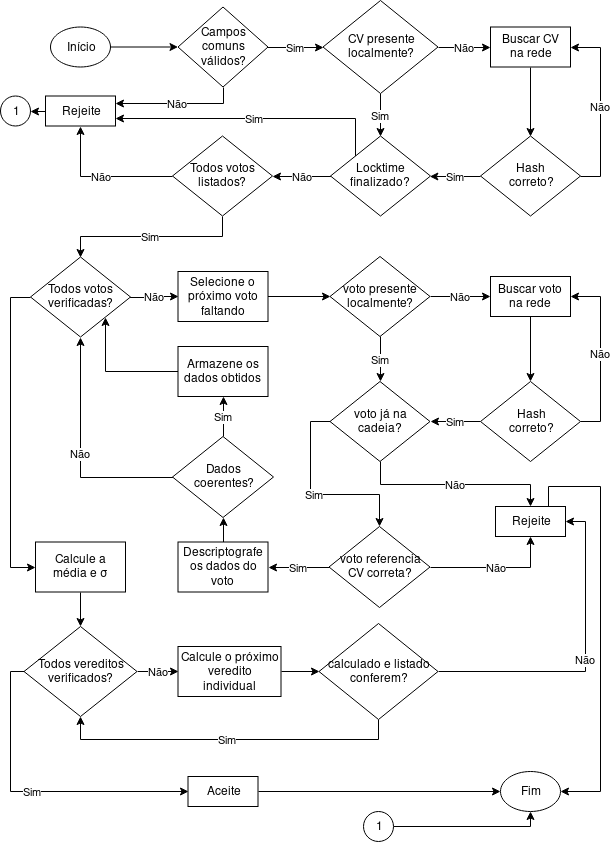
This is imagens/validacao_vt.png from WiltonLoch/TCC, a draw.io export, as it was before one commit. Source tidied: cells renumbered, new cells last; positions are measured from the earlier drawing's top-left corner, leaving out a move shared by most shapes.
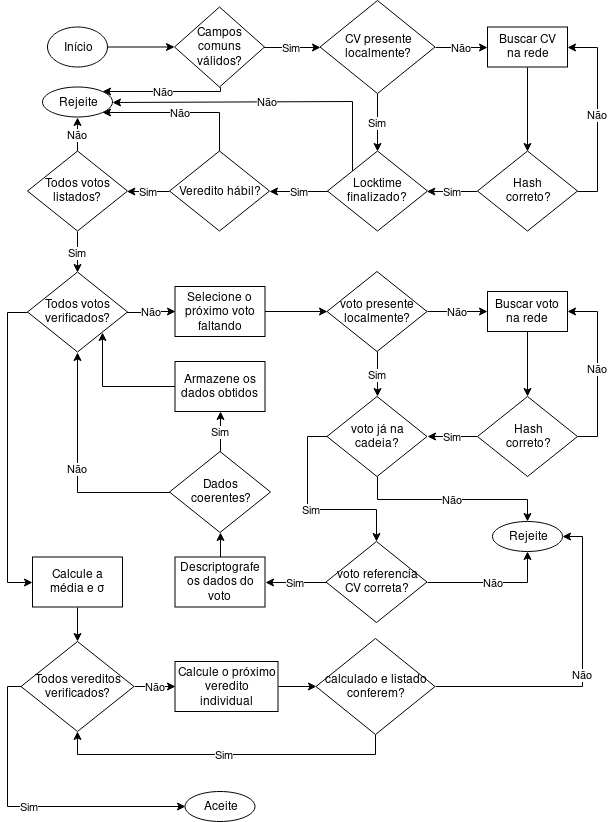
The same diagram one commit later.

The edit, as a diff of the source:
```diff
@@ -3,29 +3,26 @@
     <mxCell id="0" />
     <mxCell id="1" parent="0" />
     <mxCell id="2" value="Início" style="ellipse;whiteSpace=wrap;html=1;" parent="1" vertex="1">
-      <mxGeometry x="50" y="26.5" width="60" height="40" as="geometry" />
+      <mxGeometry x="50" y="11.5" width="60" height="40" as="geometry" />
     </mxCell>
     <mxCell id="3" value="Sim" style="edgeStyle=orthogonalEdgeStyle;rounded=0;jettySize=auto;html=1;entryX=0;entryY=0.5;entryDx=0;entryDy=0;" parent="1" edge="1" source="5" target="32">
       <mxGeometry relative="1" as="geometry" />
     </mxCell>
-    <mxCell id="4" value="Não" style="edgeStyle=orthogonalEdgeStyle;rounded=0;jettySize=auto;html=1;exitX=0.5;exitY=1;exitDx=0;exitDy=0;entryX=1;entryY=0.25;entryDx=0;entryDy=0;endArrow=classic;endFill=1;" parent="1" edge="1" source="5" target="8">
+    <mxCell id="4" value="Não" style="edgeStyle=orthogonalEdgeStyle;rounded=0;jettySize=auto;html=1;exitX=0.5;exitY=1;exitDx=0;exitDy=0;entryX=1;entryY=0;entryDx=0;entryDy=0;" parent="1" edge="1" source="5" target="8">
       <mxGeometry relative="1" as="geometry">
         <Array as="points">
-          <mxPoint x="223" y="103" />
+          <mxPoint x="223" y="76" />
         </Array>
       </mxGeometry>
     </mxCell>
     <mxCell id="5" value="Campos comuns válidos?" style="rhombus;whiteSpace=wrap;html=1;" parent="1" vertex="1">
-      <mxGeometry x="177.5" y="6.5" width="90" height="80" as="geometry" />
+      <mxGeometry x="177" y="-8.5" width="90" height="80" as="geometry" />
     </mxCell>
     <mxCell id="6" style="endArrow=classic;html=1;entryX=0;entryY=0.5;entryDx=0;entryDy=0;exitX=1;exitY=0.5;exitDx=0;exitDy=0;" parent="1" edge="1" source="2" target="5">
       <mxGeometry relative="1" as="geometry" />
     </mxCell>
-    <mxCell id="7" style="edgeStyle=orthogonalEdgeStyle;rounded=0;jettySize=auto;html=1;exitX=0;exitY=0.5;exitDx=0;exitDy=0;entryX=1;entryY=0.5;entryDx=0;entryDy=0;" parent="1" edge="1" source="8" target="66">
-      <mxGeometry relative="1" as="geometry" />
-    </mxCell>
-    <mxCell id="8" value="Rejeite" style="rounded=0;whiteSpace=wrap;html=1;" parent="1" vertex="1">
-      <mxGeometry x="45" y="95.5" width="70" height="30" as="geometry" />
+    <mxCell id="8" value="Rejeite" style="ellipse;whiteSpace=wrap;html=1;fontFamily=Helvetica;fontSize=12;fontColor=#000000;align=center;strokeColor=#000000;fillColor=#ffffff;" parent="1" vertex="1">
+      <mxGeometry x="45" y="71.5" width="70" height="30" as="geometry" />
     </mxCell>
     <mxCell id="9" value="Não" style="edgeStyle=orthogonalEdgeStyle;rounded=0;jettySize=auto;html=1;entryX=0;entryY=0.5;entryDx=0;entryDy=0;" parent="1" edge="1" source="11" target="13">
       <mxGeometry relative="1" as="geometry" />
@@ -33,7 +30,7 @@
     <mxCell id="10" style="edgeStyle=orthogonalEdgeStyle;rounded=0;jettySize=auto;html=1;exitX=0;exitY=0.5;exitDx=0;exitDy=0;entryX=0;entryY=0.5;entryDx=0;entryDy=0;endArrow=classic;endFill=1;" parent="1" edge="1" source="11" target="52">
       <mxGeometry relative="1" as="geometry" />
     </mxCell>
-    <mxCell id="11" value="Todos votos verificadas?" style="rhombus;whiteSpace=wrap;html=1;" parent="1" vertex="1">
+    <mxCell id="11" value="Todos votos verificados?" style="rhombus;whiteSpace=wrap;html=1;" parent="1" vertex="1">
       <mxGeometry x="30" y="256.5" width="100" height="80" as="geometry" />
     </mxCell>
     <mxCell id="12" style="edgeStyle=orthogonalEdgeStyle;rounded=0;jettySize=auto;html=1;entryX=0;entryY=0.5;entryDx=0;entryDy=0;" parent="1" edge="1" source="13" target="16">
@@ -75,16 +72,7 @@
     <mxCell id="24" value="&lt;div&gt;voto já na&lt;/div&gt;&lt;div&gt;cadeia?&lt;br&gt;&lt;/div&gt;" style="rhombus;whiteSpace=wrap;html=1;" parent="1" vertex="1">
       <mxGeometry x="329.5" y="381" width="100" height="80" as="geometry" />
     </mxCell>
-    <mxCell id="25" style="edgeStyle=orthogonalEdgeStyle;rounded=0;jettySize=auto;html=1;exitX=0.75;exitY=0;exitDx=0;exitDy=0;entryX=1;entryY=0.5;entryDx=0;entryDy=0;endArrow=classic;endFill=1;" parent="1" edge="1" source="26" target="63">
-      <mxGeometry relative="1" as="geometry">
-        <Array as="points">
-          <mxPoint x="548" y="486" />
-          <mxPoint x="600" y="486" />
-          <mxPoint x="600" y="791" />
-        </Array>
-      </mxGeometry>
-    </mxCell>
-    <mxCell id="26" value="Rejeite" style="rounded=0;whiteSpace=wrap;html=1;" parent="1" vertex="1">
+    <mxCell id="26" value="Rejeite" style="ellipse;whiteSpace=wrap;html=1;fontFamily=Helvetica;fontSize=12;fontColor=#000000;align=center;strokeColor=#000000;fillColor=#ffffff;" parent="1" vertex="1">
       <mxGeometry x="495" y="506" width="70" height="30" as="geometry" />
     </mxCell>
     <mxCell id="27" value="Não" style="edgeStyle=orthogonalEdgeStyle;rounded=0;jettySize=auto;html=1;exitX=1;exitY=0.5;exitDx=0;exitDy=0;entryX=0.5;entryY=1;entryDx=0;entryDy=0;" parent="1" edge="1" source="29" target="26">
@@ -103,13 +91,13 @@
       <mxGeometry relative="1" as="geometry" />
     </mxCell>
     <mxCell id="32" value="&lt;div&gt;CV presente&lt;/div&gt;&lt;div&gt;localmente?&lt;br&gt;&lt;/div&gt;" style="rhombus;whiteSpace=wrap;html=1;" parent="1" vertex="1">
-      <mxGeometry x="322.5" width="115" height="93" as="geometry" />
+      <mxGeometry x="322.5" y="-15" width="115" height="93" as="geometry" />
     </mxCell>
     <mxCell id="33" style="edgeStyle=orthogonalEdgeStyle;rounded=0;jettySize=auto;html=1;exitX=0.5;exitY=1;exitDx=0;exitDy=0;entryX=0.5;entryY=0;entryDx=0;entryDy=0;endArrow=classic;endFill=1;" parent="1" edge="1" source="34" target="37">
       <mxGeometry relative="1" as="geometry" />
     </mxCell>
     <mxCell id="34" value="&lt;div&gt;Buscar CV&lt;br&gt;&lt;/div&gt;&lt;div&gt;na rede&lt;/div&gt;" style="rounded=0;whiteSpace=wrap;html=1;" parent="1" vertex="1">
-      <mxGeometry x="490" y="26.5" width="80" height="40" as="geometry" />
+      <mxGeometry x="490" y="11.5" width="80" height="40" as="geometry" />
     </mxCell>
     <mxCell id="35" value="Não" style="edgeStyle=orthogonalEdgeStyle;rounded=0;jettySize=auto;html=1;exitX=1;exitY=0.5;exitDx=0;exitDy=0;entryX=1;entryY=0.5;entryDx=0;entryDy=0;endArrow=classic;endFill=1;" parent="1" edge="1" source="37" target="34">
       <mxGeometry relative="1" as="geometry" />
@@ -120,28 +108,30 @@
     <mxCell id="37" value="&lt;div&gt;Hash&lt;br&gt;&lt;/div&gt;&lt;div&gt;correto?&lt;/div&gt;" style="rhombus;whiteSpace=wrap;html=1;" parent="1" vertex="1">
       <mxGeometry x="480" y="135.5" width="100" height="80" as="geometry" />
     </mxCell>
+    <mxCell id="39" value="Sim" style="edgeStyle=orthogonalEdgeStyle;rounded=0;jettySize=auto;html=1;entryX=1;entryY=0.5;entryDx=0;entryDy=0;endArrow=classic;endFill=1;" parent="1" edge="1" source="40" target="43">
+      <mxGeometry relative="1" as="geometry" />
+    </mxCell>
-    <mxCell id="38" value="Sim" style="edgeStyle=orthogonalEdgeStyle;rounded=0;jettySize=auto;html=1;exitX=0;exitY=0;exitDx=0;exitDy=0;entryX=1;entryY=0.75;entryDx=0;entryDy=0;endArrow=classic;endFill=1;" parent="1" edge="1" source="40" target="8">
+    <mxCell id="38" value="Não" style="edgeStyle=orthogonalEdgeStyle;rounded=0;jettySize=auto;html=1;exitX=0;exitY=0;exitDx=0;exitDy=0;entryX=1;entryY=0.5;entryDx=0;entryDy=0;" parent="1" edge="1" source="40" target="8">
       <mxGeometry relative="1" as="geometry">
         <Array as="points">
-          <mxPoint x="355" y="118" />
+          <mxPoint x="355" y="86" />
         </Array>
       </mxGeometry>
     </mxCell>
-    <mxCell id="39" value="Não" style="edgeStyle=orthogonalEdgeStyle;rounded=0;jettySize=auto;html=1;entryX=1;entryY=0.5;entryDx=0;entryDy=0;endArrow=classic;endFill=1;" parent="1" edge="1" source="40" target="43">
-      <mxGeometry relative="1" as="geometry" />
-    </mxCell>
     <mxCell id="40" value="&lt;div&gt;Locktime&lt;/div&gt;&lt;div&gt;finalizado?&lt;br&gt;&lt;/div&gt;" style="rhombus;whiteSpace=wrap;html=1;" parent="1" vertex="1">
       <mxGeometry x="330" y="135.5" width="100" height="80" as="geometry" />
     </mxCell>
-    <mxCell id="41" value="Sim" style="edgeStyle=orthogonalEdgeStyle;rounded=0;jettySize=auto;html=1;exitX=0.5;exitY=1;exitDx=0;exitDy=0;entryX=0.5;entryY=0;entryDx=0;entryDy=0;endArrow=classic;endFill=1;" parent="1" edge="1" source="43" target="11">
-      <mxGeometry relative="1" as="geometry" />
-    </mxCell>
-    <mxCell id="42" value="Não" style="edgeStyle=orthogonalEdgeStyle;rounded=0;jettySize=auto;html=1;exitX=0;exitY=0.5;exitDx=0;exitDy=0;" parent="1" edge="1" source="43">
-      <mxGeometry relative="1" as="geometry">
-        <mxPoint x="80" y="126" as="targetPoint" />
-      </mxGeometry>
-    </mxCell>
+    <mxCell id="67" value="Sim" style="edgeStyle=orthogonalEdgeStyle;rounded=0;jettySize=auto;html=1;exitX=0;exitY=0.5;exitDx=0;exitDy=0;" parent="1" edge="1" source="43" target="71">
+      <mxGeometry relative="1" as="geometry" />
+    </mxCell>
+    <mxCell id="68" value="Não" style="edgeStyle=orthogonalEdgeStyle;rounded=0;jettySize=auto;html=1;exitX=0.5;exitY=0;exitDx=0;exitDy=0;entryX=1;entryY=1;entryDx=0;entryDy=0;" parent="1" edge="1" source="43" target="8">
+      <mxGeometry relative="1" as="geometry">
+        <Array as="points">
+          <mxPoint x="222" y="97" />
+        </Array>
+      </mxGeometry>
+    </mxCell>
-    <mxCell id="43" value="&lt;div&gt;Todos votos listados?&lt;/div&gt;" style="rhombus;whiteSpace=wrap;html=1;" parent="1" vertex="1">
+    <mxCell id="43" value="Veredito hábil?" style="rhombus;whiteSpace=wrap;html=1;" parent="1" vertex="1">
       <mxGeometry x="172" y="135.5" width="100" height="80" as="geometry" />
     </mxCell>
     <mxCell id="44" style="edgeStyle=orthogonalEdgeStyle;rounded=0;jettySize=auto;html=1;exitX=0.5;exitY=0;exitDx=0;exitDy=0;entryX=0.5;entryY=1;entryDx=0;entryDy=0;endArrow=classic;endFill=1;" parent="1" edge="1" source="45" target="48">
@@ -204,27 +194,17 @@
     <mxCell id="60" value="calculado e listado conferem?" style="rhombus;whiteSpace=wrap;html=1;" parent="1" vertex="1">
       <mxGeometry x="318.5" y="623" width="119" height="96" as="geometry" />
     </mxCell>
-    <mxCell id="61" style="edgeStyle=orthogonalEdgeStyle;rounded=0;jettySize=auto;html=1;exitX=1;exitY=0.5;exitDx=0;exitDy=0;endArrow=classic;endFill=1;" parent="1" edge="1" source="62" target="63">
-      <mxGeometry relative="1" as="geometry" />
-    </mxCell>
-    <mxCell id="62" value="Aceite" style="rounded=0;whiteSpace=wrap;html=1;" parent="1" vertex="1">
+    <mxCell id="62" value="Aceite" style="ellipse;whiteSpace=wrap;html=1;fontFamily=Helvetica;fontSize=12;fontColor=#000000;align=center;strokeColor=#000000;fillColor=#ffffff;" parent="1" vertex="1">
       <mxGeometry x="187.5" y="776" width="70" height="30" as="geometry" />
     </mxCell>
-    <mxCell id="63" value="Fim" style="ellipse;whiteSpace=wrap;html=1;" parent="1" vertex="1">
-      <mxGeometry x="500" y="771" width="60" height="40" as="geometry" />
-    </mxCell>
-    <mxCell id="64" style="edgeStyle=orthogonalEdgeStyle;rounded=0;jettySize=auto;html=1;exitX=1;exitY=0.5;exitDx=0;exitDy=0;entryX=0.5;entryY=1;entryDx=0;entryDy=0;" parent="1" edge="1" source="65" target="63">
-      <mxGeometry relative="1" as="geometry">
-        <Array as="points">
-          <mxPoint x="530" y="826" />
-        </Array>
-      </mxGeometry>
-    </mxCell>
-    <mxCell id="65" value="1" style="ellipse;whiteSpace=wrap;html=1;" parent="1" vertex="1">
-      <mxGeometry x="363" y="811" width="30" height="30" as="geometry" />
-    </mxCell>
-    <mxCell id="66" value="1" style="ellipse;whiteSpace=wrap;html=1;" parent="1" vertex="1">
-      <mxGeometry y="95.5" width="30" height="30" as="geometry" />
-    </mxCell>
+    <mxCell id="69" value="Sim" style="edgeStyle=orthogonalEdgeStyle;rounded=0;jettySize=auto;html=1;exitX=0.5;exitY=1;exitDx=0;exitDy=0;entryX=0.5;entryY=0;entryDx=0;entryDy=0;" parent="1" edge="1" source="71" target="11">
+      <mxGeometry relative="1" as="geometry" />
+    </mxCell>
+    <mxCell id="70" value="Não" style="edgeStyle=orthogonalEdgeStyle;rounded=0;jettySize=auto;html=1;exitX=0.5;exitY=0;exitDx=0;exitDy=0;entryX=0.5;entryY=1;entryDx=0;entryDy=0;" parent="1" edge="1" source="71" target="8">
+      <mxGeometry relative="1" as="geometry" />
+    </mxCell>
+    <mxCell id="71" value="&lt;div&gt;Todos votos listados?&lt;/div&gt;" style="rhombus;whiteSpace=wrap;html=1;" parent="1" vertex="1">
+      <mxGeometry x="30" y="135.5" width="100" height="80" as="geometry" />
+    </mxCell>
   </root>
 </mxGraphModel>
```
